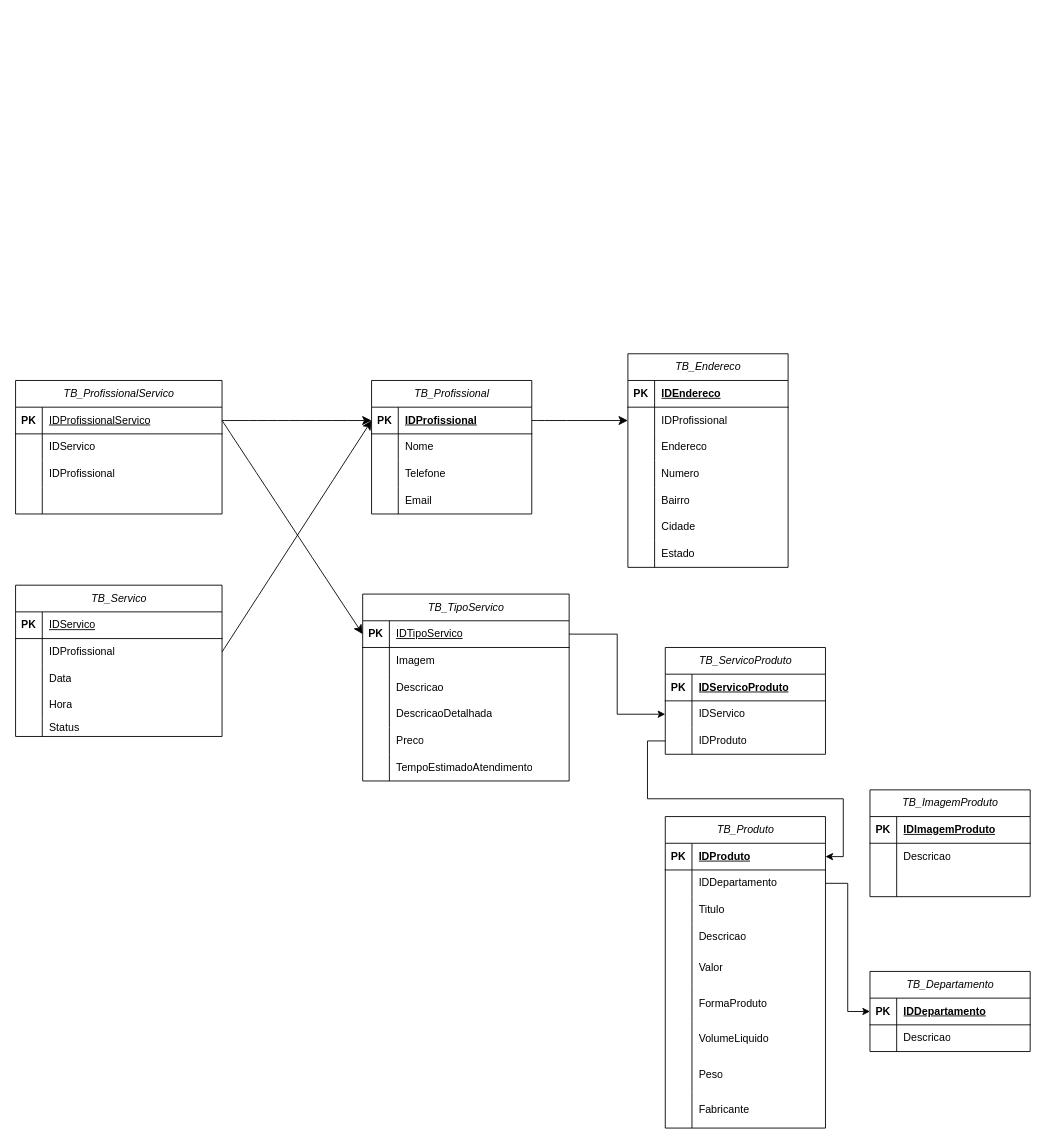
Earlier version of the draw.io diagram Diagrama_App_Sobrancelha.drawio (mpgwave/app-sobrancelhas). Source tidied: cells renumbered, new cells numbered last; positions are measured from the earlier drawing's top-left corner, leaving out a move shared by most shapes. Both pictures are drawn from the tidied source at 89%, with x=0, y=0 at pixel (15, 353).
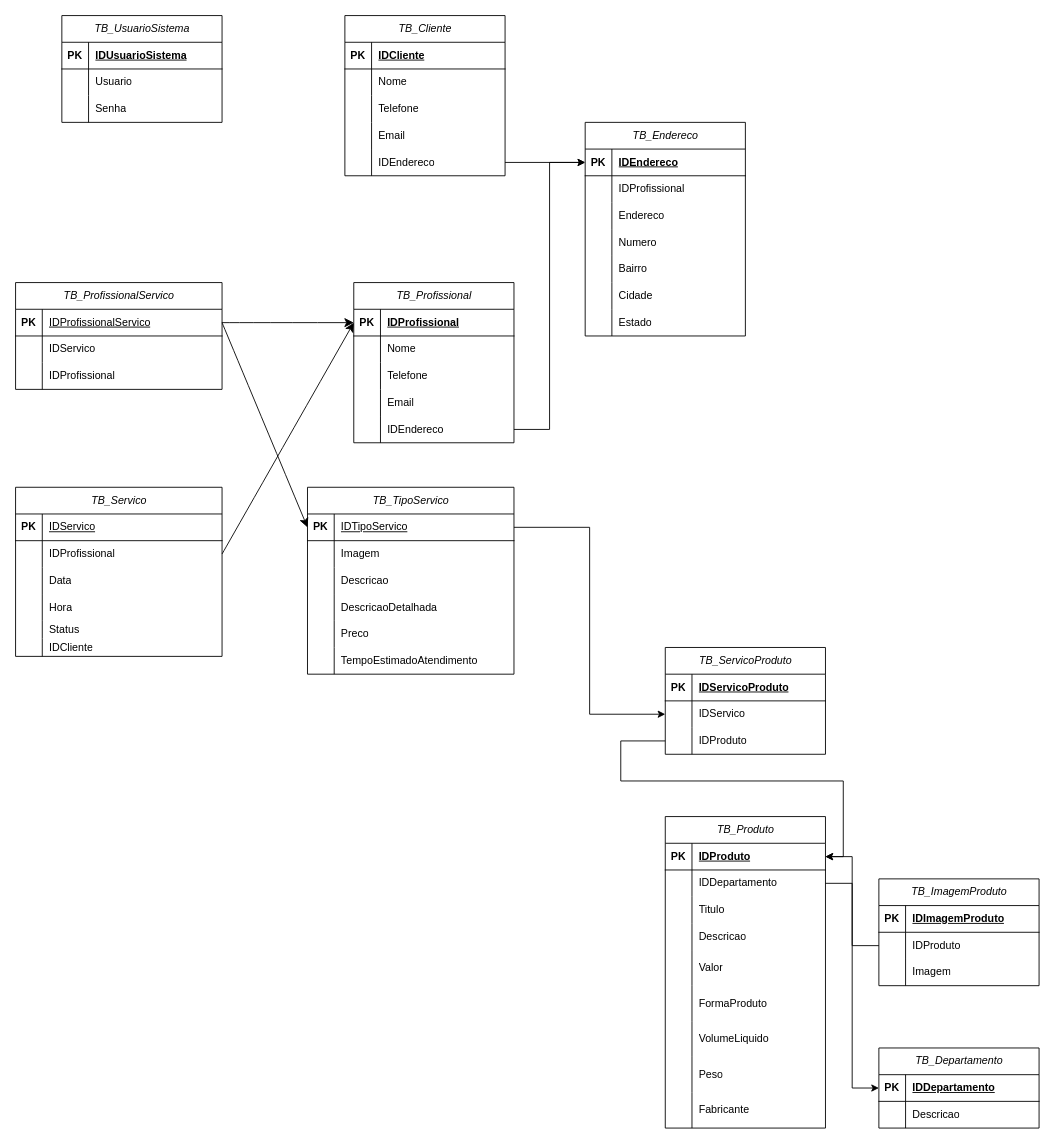
Above is the later version.

Unchanged cells that the change refers to:
```xml
<mxCell id="3" style="shape=tableRow;horizontal=0;startSize=0;swimlaneHead=0;swimlaneBody=0;fillColor=none;points=[[0,0.5],[1,0.5]];portConstraint=eastwest;top=0;left=0;right=0;bottom=1;" parent="2" vertex="1">
  <mxGeometry y="30" width="180" height="30" as="geometry" />
</mxCell>
<mxCell id="16" style="shape=tableRow;horizontal=0;startSize=0;swimlaneHead=0;swimlaneBody=0;fillColor=none;points=[[0,0.5],[1,0.5]];portConstraint=eastwest;top=0;left=0;right=0;bottom=1;" parent="15" vertex="1">
  <mxGeometry y="30" width="180" height="30" as="geometry" />
</mxCell>
<mxCell id="19" style="shape=tableRow;horizontal=0;startSize=0;swimlaneHead=0;swimlaneBody=0;fillColor=none;points=[[0,0.5],[1,0.5]];portConstraint=eastwest;top=0;left=0;right=0;bottom=0;" parent="15" vertex="1">
  <mxGeometry y="60" width="180" height="30" as="geometry" />
</mxCell>
<mxCell id="90" style="shape=tableRow;horizontal=0;startSize=0;swimlaneHead=0;swimlaneBody=0;fillColor=none;points=[[0,0.5],[1,0.5]];portConstraint=eastwest;top=0;left=0;right=0;bottom=1;" parent="89" vertex="1">
  <mxGeometry y="30" width="180" height="30" as="geometry" />
</mxCell>
<mxCell id="124" style="shape=tableRow;horizontal=0;startSize=0;swimlaneHead=0;swimlaneBody=0;fillColor=none;points=[[0,0.5],[1,0.5]];portConstraint=eastwest;top=0;left=0;right=0;bottom=0;" parent="117" vertex="1">
  <mxGeometry y="90" width="180" height="30" as="geometry" />
</mxCell>
<mxCell id="133" style="shape=tableRow;horizontal=0;startSize=0;swimlaneHead=0;swimlaneBody=0;fillColor=none;points=[[0,0.5],[1,0.5]];portConstraint=eastwest;top=0;left=0;right=0;bottom=0;" parent="129" vertex="1">
  <mxGeometry y="60" width="180" height="30" as="geometry" />
</mxCell>
<mxCell id="136" style="shape=tableRow;horizontal=0;startSize=0;swimlaneHead=0;swimlaneBody=0;fillColor=none;top=0;left=0;right=0;bottom=0;" parent="129" vertex="1">
  <mxGeometry y="90" width="180" height="30" as="geometry" />
</mxCell>
```

What changed in the source:
```diff
@@
     <mxCell id="2" value="&lt;span style=&quot;font-style: italic; font-weight: 400;&quot;&gt;TB_Profissional&lt;/span&gt;" style="shape=table;startSize=30;childLayout=tableLayout;rowLines=0;fontStyle=1;align=center;html=1;" parent="1" vertex="1">
-      <mxGeometry x="400" y="30" width="180" height="150" as="geometry" />
+      <mxGeometry x="380" y="-80" width="180" height="180" as="geometry" />
     </mxCell>
@@
+    <mxCell id="147" style="shape=tableRow;horizontal=0;startSize=0;swimlaneHead=0;swimlaneBody=0;fillColor=none;points=[[0,0.5],[1,0.5]];portConstraint=eastwest;top=0;left=0;right=0;bottom=0;" parent="2" vertex="1">
+      <mxGeometry y="150" width="180" height="30" as="geometry" />
+    </mxCell>
+    <mxCell id="148" style="shape=partialRectangle;fillColor=none;top=0;left=0;bottom=0;right=0;overflow=hidden;whiteSpace=wrap;html=1;" parent="147" vertex="1">
+      <mxGeometry width="30" height="30" as="geometry" />
+    </mxCell>
+    <mxCell id="149" value="IDEndereco" style="shape=partialRectangle;fillColor=none;top=0;left=0;bottom=0;right=0;align=left;spacingLeft=6;overflow=hidden;whiteSpace=wrap;html=1;" parent="147" vertex="1">
+      <mxGeometry x="30" width="150" height="30" as="geometry" />
+    </mxCell>
     <mxCell id="15" value="&lt;span style=&quot;font-style: italic; font-weight: 400;&quot;&gt;TB_Endereco&lt;/span&gt;" style="shape=table;startSize=30;childLayout=tableLayout;rowLines=0;fontStyle=1;align=center;html=1;" parent="1" vertex="1">
-      <mxGeometry x="688" width="180" height="240" as="geometry" />
+      <mxGeometry x="640" y="-260" width="180" height="240" as="geometry" />
     </mxCell>
@@
-    <mxCell id="37" style="edgeStyle=none;curved=1;rounded=0;jettySize=auto;html=1;exitX=1;exitY=0.5;exitDx=0;exitDy=0;entryX=0;entryY=0.5;entryDx=0;entryDy=0;fontSize=12;startSize=8;endSize=8;" parent="1" edge="1" source="3" target="19">
-      <mxGeometry relative="1" as="geometry" />
-    </mxCell>
     <mxCell id="38" value="&lt;span style=&quot;font-style: italic; font-weight: 400;&quot;&gt;TB_TipoServico&lt;/span&gt;" style="shape=table;startSize=30;childLayout=tableLayout;rowLines=0;fontStyle=1;align=center;html=1;" parent="1" vertex="1">
-      <mxGeometry x="390" y="270" width="232" height="210" as="geometry" />
+      <mxGeometry x="328" y="150" width="232" height="210" as="geometry" />
     </mxCell>
@@
     <mxCell id="57" value="&lt;span style=&quot;font-style: italic; font-weight: 400;&quot;&gt;TB_ProfissionalServico&lt;/span&gt;" style="shape=table;startSize=30;childLayout=tableLayout;rowLines=0;fontStyle=1;align=center;html=1;" parent="1" vertex="1">
-      <mxGeometry y="30" width="232" height="150" as="geometry" />
+      <mxGeometry y="-80" width="232" height="120" as="geometry" />
     </mxCell>
@@
-    <mxCell id="67" style="shape=tableRow;horizontal=0;startSize=0;swimlaneHead=0;swimlaneBody=0;fillColor=none;top=0;left=0;right=0;bottom=0;" parent="57" vertex="1">
-      <mxGeometry y="120" width="232" height="30" as="geometry" />
-    </mxCell>
-    <mxCell id="68" style="shape=partialRectangle;fillColor=none;top=0;left=0;bottom=0;right=0;overflow=hidden;whiteSpace=wrap;html=1;" parent="67" vertex="1">
-      <mxGeometry width="30" height="30" as="geometry" />
-    </mxCell>
-    <mxCell id="69" style="shape=partialRectangle;fillColor=none;top=0;left=0;bottom=0;right=0;align=left;spacingLeft=6;overflow=hidden;whiteSpace=wrap;html=1;" parent="67" vertex="1">
-      <mxGeometry x="30" width="202" height="30" as="geometry" />
-    </mxCell>
@@
     <mxCell id="72" value="&lt;span style=&quot;font-style: italic; font-weight: 400;&quot;&gt;TB_Servico&lt;/span&gt;" style="shape=table;startSize=30;childLayout=tableLayout;rowLines=0;fontStyle=1;align=center;html=1;" parent="1" vertex="1">
-      <mxGeometry y="260" width="232" height="170" as="geometry" />
+      <mxGeometry y="150" width="232" height="190" as="geometry" />
     </mxCell>
@@
+    <mxCell id="150" style="shape=tableRow;horizontal=0;startSize=0;swimlaneHead=0;swimlaneBody=0;fillColor=none;top=0;left=0;right=0;bottom=0;" parent="72" vertex="1">
+      <mxGeometry y="170" width="232" height="20" as="geometry" />
+    </mxCell>
+    <mxCell id="151" style="shape=partialRectangle;fillColor=none;top=0;left=0;bottom=0;right=0;overflow=hidden;whiteSpace=wrap;html=1;" parent="150" vertex="1">
+      <mxGeometry width="30" height="20" as="geometry" />
+    </mxCell>
+    <mxCell id="152" value="IDCliente" style="shape=partialRectangle;fillColor=none;top=0;left=0;bottom=0;right=0;align=left;spacingLeft=6;overflow=hidden;whiteSpace=wrap;html=1;" parent="150" vertex="1">
+      <mxGeometry x="30" width="202" height="20" as="geometry" />
+    </mxCell>
@@
     <mxCell id="128" style="edgeStyle=orthogonalEdgeStyle;rounded=0;jettySize=auto;html=1;entryX=1;entryY=0.5;entryDx=0;entryDy=0;" parent="1" edge="1" source="124" target="90">
-      <mxGeometry relative="1" as="geometry" />
+      <mxGeometry relative="1" as="geometry">
+        <Array as="points">
+          <mxPoint x="680" y="435" />
+          <mxPoint x="680" y="480" />
+          <mxPoint x="930" y="480" />
+          <mxPoint x="930" y="565" />
+        </Array>
+      </mxGeometry>
     </mxCell>
     <mxCell id="129" value="&lt;span style=&quot;font-style: italic; font-weight: 400;&quot;&gt;TB_ImagemProduto&lt;/span&gt;" style="shape=table;startSize=30;childLayout=tableLayout;rowLines=0;fontStyle=1;align=center;html=1;" parent="1" vertex="1">
-      <mxGeometry x="960" y="490" width="180" height="120" as="geometry" />
+      <mxGeometry x="970" y="590" width="180" height="120" as="geometry" />
     </mxCell>
@@
-    <mxCell id="135" value="Descricao" style="shape=partialRectangle;fillColor=none;top=0;left=0;bottom=0;right=0;align=left;spacingLeft=6;overflow=hidden;whiteSpace=wrap;html=1;" parent="133" vertex="1">
+    <mxCell id="135" value="IDProduto" style="shape=partialRectangle;fillColor=none;top=0;left=0;bottom=0;right=0;align=left;spacingLeft=6;overflow=hidden;whiteSpace=wrap;html=1;" parent="133" vertex="1">
       <mxGeometry x="30" width="150" height="30" as="geometry" />
     </mxCell>
@@
-    <mxCell id="138" style="shape=partialRectangle;fillColor=none;top=0;left=0;bottom=0;right=0;align=left;spacingLeft=6;overflow=hidden;whiteSpace=wrap;html=1;" parent="136" vertex="1">
+    <mxCell id="138" value="Imagem" style="shape=partialRectangle;fillColor=none;top=0;left=0;bottom=0;right=0;align=left;spacingLeft=6;overflow=hidden;whiteSpace=wrap;html=1;" parent="136" vertex="1">
       <mxGeometry x="30" width="150" height="30" as="geometry" />
     </mxCell>
     <mxCell id="139" value="&lt;span style=&quot;font-style: italic; font-weight: 400;&quot;&gt;TB_Departamento&lt;/span&gt;" style="shape=table;startSize=30;childLayout=tableLayout;rowLines=0;fontStyle=1;align=center;html=1;" parent="1" vertex="1">
-      <mxGeometry x="960" y="694" width="180" height="90" as="geometry" />
+      <mxGeometry x="970" y="780" width="180" height="90" as="geometry" />
     </mxCell>
@@
+    <mxCell id="153" value="&lt;span style=&quot;font-style: italic; font-weight: 400;&quot;&gt;TB_Cliente&lt;/span&gt;" style="shape=table;startSize=30;childLayout=tableLayout;rowLines=0;fontStyle=1;align=center;html=1;" parent="1" vertex="1">
+      <mxGeometry x="370" y="-380" width="180" height="180" as="geometry" />
+    </mxCell>
+    <mxCell id="154" style="shape=tableRow;horizontal=0;startSize=0;swimlaneHead=0;swimlaneBody=0;fillColor=none;top=0;left=0;right=0;bottom=1;" parent="153" vertex="1">
+      <mxGeometry y="30" width="180" height="30" as="geometry" />
+    </mxCell>
+    <mxCell id="155" value="PK" style="shape=partialRectangle;fillColor=none;top=0;left=0;bottom=0;right=0;fontStyle=1;overflow=hidden;whiteSpace=wrap;html=1;" parent="154" vertex="1">
+      <mxGeometry width="30" height="30" as="geometry" />
+    </mxCell>
+    <mxCell id="156" value="IDCliente" style="shape=partialRectangle;fillColor=none;top=0;left=0;bottom=0;right=0;align=left;spacingLeft=6;fontStyle=5;overflow=hidden;whiteSpace=wrap;html=1;" parent="154" vertex="1">
+      <mxGeometry x="30" width="150" height="30" as="geometry" />
+    </mxCell>
+    <mxCell id="157" style="shape=tableRow;horizontal=0;startSize=0;swimlaneHead=0;swimlaneBody=0;fillColor=none;top=0;left=0;right=0;bottom=0;" parent="153" vertex="1">
+      <mxGeometry y="60" width="180" height="30" as="geometry" />
+    </mxCell>
+    <mxCell id="158" style="shape=partialRectangle;fillColor=none;top=0;left=0;bottom=0;right=0;overflow=hidden;whiteSpace=wrap;html=1;" parent="157" vertex="1">
+      <mxGeometry width="30" height="30" as="geometry" />
+    </mxCell>
+    <mxCell id="159" value="Nome" style="shape=partialRectangle;fillColor=none;top=0;left=0;bottom=0;right=0;align=left;spacingLeft=6;overflow=hidden;whiteSpace=wrap;html=1;" parent="157" vertex="1">
+      <mxGeometry x="30" width="150" height="30" as="geometry" />
+    </mxCell>
+    <mxCell id="160" style="shape=tableRow;horizontal=0;startSize=0;swimlaneHead=0;swimlaneBody=0;fillColor=none;top=0;left=0;right=0;bottom=0;" parent="153" vertex="1">
+      <mxGeometry y="90" width="180" height="30" as="geometry" />
+    </mxCell>
+    <mxCell id="161" style="shape=partialRectangle;fillColor=none;top=0;left=0;bottom=0;right=0;overflow=hidden;whiteSpace=wrap;html=1;" parent="160" vertex="1">
+      <mxGeometry width="30" height="30" as="geometry" />
+    </mxCell>
+    <mxCell id="162" value="Telefone" style="shape=partialRectangle;fillColor=none;top=0;left=0;bottom=0;right=0;align=left;spacingLeft=6;overflow=hidden;whiteSpace=wrap;html=1;" parent="160" vertex="1">
+      <mxGeometry x="30" width="150" height="30" as="geometry" />
+    </mxCell>
+    <mxCell id="163" style="shape=tableRow;horizontal=0;startSize=0;swimlaneHead=0;swimlaneBody=0;fillColor=none;top=0;left=0;right=0;bottom=0;" parent="153" vertex="1">
+      <mxGeometry y="120" width="180" height="30" as="geometry" />
+    </mxCell>
+    <mxCell id="164" style="shape=partialRectangle;fillColor=none;top=0;left=0;bottom=0;right=0;overflow=hidden;whiteSpace=wrap;html=1;" parent="163" vertex="1">
+      <mxGeometry width="30" height="30" as="geometry" />
+    </mxCell>
+    <mxCell id="165" value="Email" style="shape=partialRectangle;fillColor=none;top=0;left=0;bottom=0;right=0;align=left;spacingLeft=6;overflow=hidden;whiteSpace=wrap;html=1;" parent="163" vertex="1">
+      <mxGeometry x="30" width="150" height="30" as="geometry" />
+    </mxCell>
+    <mxCell id="166" style="shape=tableRow;horizontal=0;startSize=0;swimlaneHead=0;swimlaneBody=0;fillColor=none;points=[[0,0.5],[1,0.5]];portConstraint=eastwest;top=0;left=0;right=0;bottom=0;" parent="153" vertex="1">
+      <mxGeometry y="150" width="180" height="30" as="geometry" />
+    </mxCell>
+    <mxCell id="167" style="shape=partialRectangle;fillColor=none;top=0;left=0;bottom=0;right=0;overflow=hidden;whiteSpace=wrap;html=1;" parent="166" vertex="1">
+      <mxGeometry width="30" height="30" as="geometry" />
+    </mxCell>
+    <mxCell id="168" value="IDEndereco" style="shape=partialRectangle;fillColor=none;top=0;left=0;bottom=0;right=0;align=left;spacingLeft=6;overflow=hidden;whiteSpace=wrap;html=1;" parent="166" vertex="1">
+      <mxGeometry x="30" width="150" height="30" as="geometry" />
+    </mxCell>
+    <mxCell id="169" style="edgeStyle=orthogonalEdgeStyle;rounded=0;jettySize=auto;html=1;entryX=0;entryY=0.5;entryDx=0;entryDy=0;" parent="1" edge="1" source="147" target="16">
+      <mxGeometry relative="1" as="geometry" />
+    </mxCell>
+    <mxCell id="170" style="edgeStyle=orthogonalEdgeStyle;rounded=0;jettySize=auto;html=1;entryX=0;entryY=0.5;entryDx=0;entryDy=0;" parent="1" edge="1" source="166" target="16">
+      <mxGeometry relative="1" as="geometry" />
+    </mxCell>
+    <mxCell id="171" style="edgeStyle=orthogonalEdgeStyle;rounded=0;jettySize=auto;html=1;exitX=0;exitY=0.5;exitDx=0;exitDy=0;entryX=1;entryY=0.5;entryDx=0;entryDy=0;" parent="1" edge="1" source="133" target="90">
+      <mxGeometry relative="1" as="geometry" />
+    </mxCell>
+    <mxCell id="172" value="&lt;span style=&quot;font-style: italic; font-weight: 400;&quot;&gt;TB_UsuarioSistema&lt;/span&gt;" style="shape=table;startSize=30;childLayout=tableLayout;rowLines=0;fontStyle=1;align=center;html=1;" parent="1" vertex="1">
+      <mxGeometry x="52" y="-380" width="180" height="120" as="geometry" />
+    </mxCell>
+    <mxCell id="173" style="shape=tableRow;horizontal=0;startSize=0;swimlaneHead=0;swimlaneBody=0;fillColor=none;top=0;left=0;right=0;bottom=1;" parent="172" vertex="1">
+      <mxGeometry y="30" width="180" height="30" as="geometry" />
+    </mxCell>
+    <mxCell id="174" value="PK" style="shape=partialRectangle;fillColor=none;top=0;left=0;bottom=0;right=0;fontStyle=1;overflow=hidden;whiteSpace=wrap;html=1;" parent="173" vertex="1">
+      <mxGeometry width="30" height="30" as="geometry" />
+    </mxCell>
+    <mxCell id="175" value="IDUsuarioSistema" style="shape=partialRectangle;fillColor=none;top=0;left=0;bottom=0;right=0;align=left;spacingLeft=6;fontStyle=5;overflow=hidden;whiteSpace=wrap;html=1;" parent="173" vertex="1">
+      <mxGeometry x="30" width="150" height="30" as="geometry" />
+    </mxCell>
+    <mxCell id="176" style="shape=tableRow;horizontal=0;startSize=0;swimlaneHead=0;swimlaneBody=0;fillColor=none;top=0;left=0;right=0;bottom=0;" parent="172" vertex="1">
+      <mxGeometry y="60" width="180" height="30" as="geometry" />
+    </mxCell>
+    <mxCell id="177" style="shape=partialRectangle;fillColor=none;top=0;left=0;bottom=0;right=0;overflow=hidden;whiteSpace=wrap;html=1;" parent="176" vertex="1">
+      <mxGeometry width="30" height="30" as="geometry" />
+    </mxCell>
+    <mxCell id="178" value="Usuario" style="shape=partialRectangle;fillColor=none;top=0;left=0;bottom=0;right=0;align=left;spacingLeft=6;overflow=hidden;whiteSpace=wrap;html=1;" parent="176" vertex="1">
+      <mxGeometry x="30" width="150" height="30" as="geometry" />
+    </mxCell>
+    <mxCell id="179" style="shape=tableRow;horizontal=0;startSize=0;swimlaneHead=0;swimlaneBody=0;fillColor=none;top=0;left=0;right=0;bottom=0;" parent="172" vertex="1">
+      <mxGeometry y="90" width="180" height="30" as="geometry" />
+    </mxCell>
+    <mxCell id="180" style="shape=partialRectangle;fillColor=none;top=0;left=0;bottom=0;right=0;overflow=hidden;whiteSpace=wrap;html=1;" parent="179" vertex="1">
+      <mxGeometry width="30" height="30" as="geometry" />
+    </mxCell>
+    <mxCell id="181" value="Senha" style="shape=partialRectangle;fillColor=none;top=0;left=0;bottom=0;right=0;align=left;spacingLeft=6;overflow=hidden;whiteSpace=wrap;html=1;" parent="179" vertex="1">
+      <mxGeometry x="30" width="150" height="30" as="geometry" />
+    </mxCell>
```
